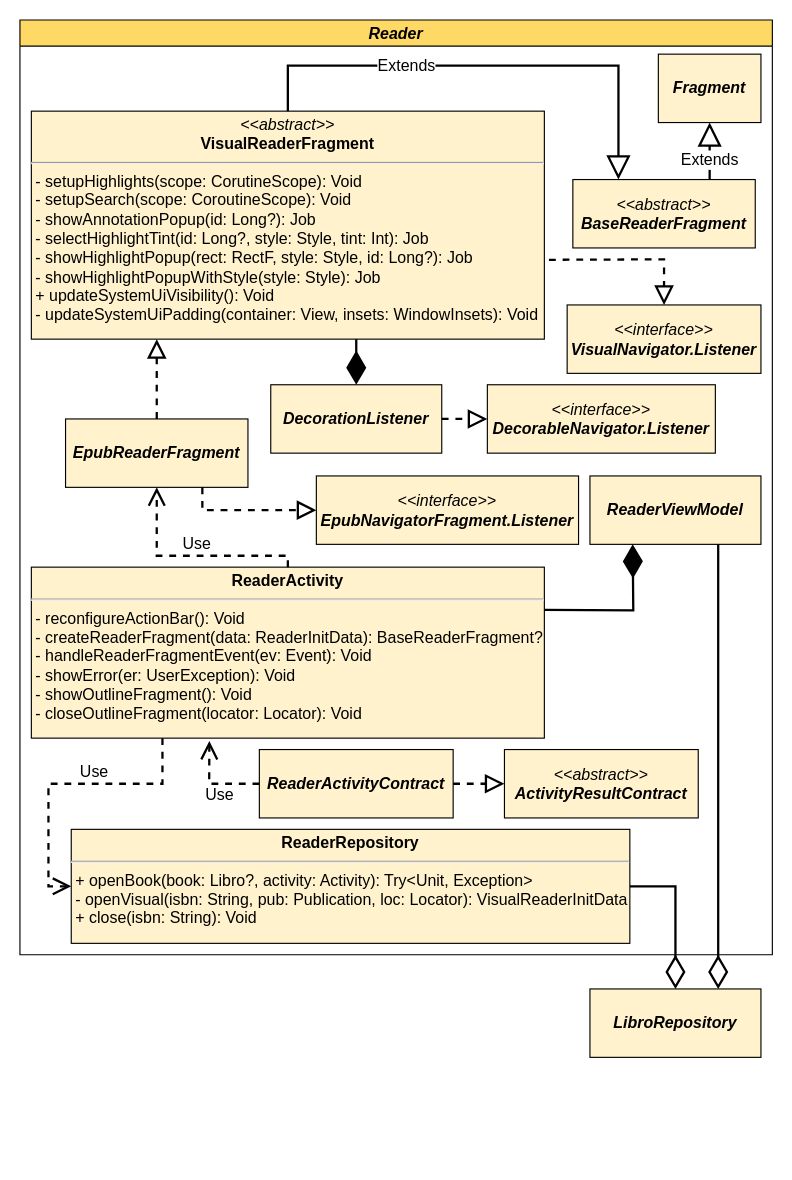
The draw.io diagram page "Page-16" (16 of 18) of tesi-2.drawio in paganellif/tesi-paganelli, before the edit. Source tidied: cells renumbered, new cells numbered last; positions are measured from the earlier drawing's top-left corner, leaving out a move shared by most shapes. Both pictures are drawn from the tidied source at 114%, with x=0, y=0 at pixel (19, 19).
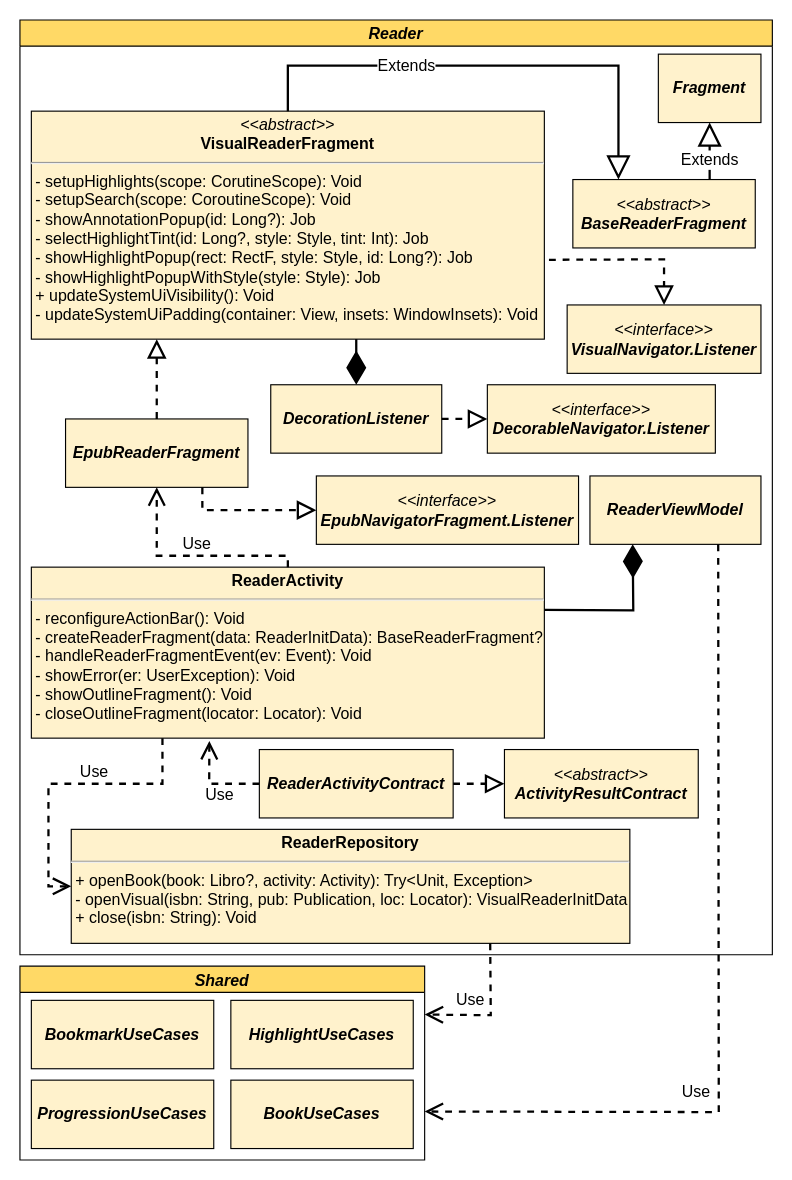
Above is the later version.

The change refers to these unchanged cells:
```xml
<mxCell id="17" value="&lt;span style=&quot;font-size: 14px;&quot;&gt;&lt;span style=&quot;font-size: 14px;&quot;&gt;&lt;b style=&quot;font-style: italic;&quot;&gt;ReaderViewModel&lt;/b&gt;&lt;/span&gt;&lt;/span&gt;" style="rounded=0;whiteSpace=wrap;html=1;fontSize=14;strokeColor=#000000;fillColor=#FFF2CC;" parent="1" vertex="1">
  <mxGeometry x="500" y="400" width="150" height="60" as="geometry" />
</mxCell>
<mxCell id="30" value="&lt;p style=&quot;margin: 4px 0px 0px; text-align: center; font-size: 14px;&quot;&gt;&lt;b style=&quot;font-size: 14px;&quot;&gt;ReaderRepository&lt;/b&gt;&lt;/p&gt;&lt;hr style=&quot;font-size: 14px;&quot;&gt;&lt;p style=&quot;margin: 0px 0px 0px 4px; font-size: 14px;&quot;&gt;+ openBook(book: Libro?, activity: Activity): Try&amp;lt;Unit, Exception&amp;gt;&lt;/p&gt;&lt;p style=&quot;margin: 0px 0px 0px 4px; font-size: 14px;&quot;&gt;- openVisual(isbn: String, pub: Publication, loc: Locator): VisualReaderInitData&lt;/p&gt;&lt;p style=&quot;margin: 0px 0px 0px 4px; font-size: 14px;&quot;&gt;+ close(isbn: String): Void&lt;/p&gt;&lt;p style=&quot;margin: 0px 0px 0px 4px; font-size: 14px;&quot;&gt;&lt;br&gt;&lt;/p&gt;" style="verticalAlign=top;align=left;overflow=fill;fontSize=14;fontFamily=Helvetica;html=1;fillColor=#FFF2CC;strokeWidth=1;" parent="26" vertex="1">
  <mxGeometry x="45" y="710" width="490" height="100" as="geometry" />
</mxCell>
```

The edit, as a diff of the source:
```diff
@@
-    <mxCell id="19" value="&lt;span style=&quot;font-size: 14px;&quot;&gt;&lt;span style=&quot;font-size: 14px;&quot;&gt;&lt;b style=&quot;font-style: italic;&quot;&gt;LibroRepository&lt;/b&gt;&lt;/span&gt;&lt;/span&gt;" style="rounded=0;whiteSpace=wrap;html=1;fontSize=14;strokeColor=#000000;fillColor=#FFF2CC;" parent="1" vertex="1">
-      <mxGeometry x="500" y="850" width="150" height="60" as="geometry" />
-    </mxCell>
-    <mxCell id="20" style="endArrow=diamondThin;endFill=0;endSize=24;html=1;rounded=0;strokeWidth=2;fontSize=14;exitX=0.75;exitY=1;exitDx=0;exitDy=0;entryX=0.75;entryY=0;entryDx=0;entryDy=0;" parent="1" edge="1" source="17" target="19">
-      <mxGeometry relative="1" as="geometry" />
-    </mxCell>
-    <mxCell id="21" style="endArrow=diamondThin;endFill=0;endSize=24;html=1;rounded=0;strokeWidth=2;fontSize=14;entryX=0.5;entryY=0;entryDx=0;entryDy=0;exitX=1;exitY=0.5;exitDx=0;exitDy=0;" parent="1" edge="1" source="30" target="19">
-      <mxGeometry relative="1" as="geometry">
-        <Array as="points">
-          <mxPoint x="575" y="760" />
-        </Array>
-      </mxGeometry>
-    </mxCell>
@@
+    <mxCell id="31" value="Shared" style="swimlane;fillColor=#FFD966;fontSize=14;fontStyle=3;" parent="1" vertex="1">
+      <mxGeometry y="830" width="355" height="170" as="geometry" />
+    </mxCell>
+    <mxCell id="32" value="&lt;span style=&quot;font-size: 14px;&quot;&gt;&lt;span style=&quot;font-size: 14px;&quot;&gt;&lt;b style=&quot;font-style: italic;&quot;&gt;BookmarkUseCases&lt;/b&gt;&lt;/span&gt;&lt;/span&gt;" style="rounded=0;whiteSpace=wrap;html=1;fontSize=14;strokeColor=#000000;fillColor=#FFF2CC;" parent="31" vertex="1">
+      <mxGeometry x="10" y="30" width="160" height="60" as="geometry" />
+    </mxCell>
+    <mxCell id="33" value="&lt;span style=&quot;font-size: 14px;&quot;&gt;&lt;span style=&quot;font-size: 14px;&quot;&gt;&lt;b style=&quot;font-style: italic;&quot;&gt;HighlightUseCases&lt;/b&gt;&lt;/span&gt;&lt;/span&gt;" style="rounded=0;whiteSpace=wrap;html=1;fontSize=14;strokeColor=#000000;fillColor=#FFF2CC;" parent="31" vertex="1">
+      <mxGeometry x="185" y="30" width="160" height="60" as="geometry" />
+    </mxCell>
+    <mxCell id="34" value="&lt;span style=&quot;font-size: 14px;&quot;&gt;&lt;span style=&quot;font-size: 14px;&quot;&gt;&lt;b style=&quot;font-style: italic;&quot;&gt;ProgressionUseCases&lt;/b&gt;&lt;/span&gt;&lt;/span&gt;" style="rounded=0;whiteSpace=wrap;html=1;fontSize=14;strokeColor=#000000;fillColor=#FFF2CC;" parent="31" vertex="1">
+      <mxGeometry x="10" y="100" width="160" height="60" as="geometry" />
+    </mxCell>
+    <mxCell id="35" value="&lt;span style=&quot;font-size: 14px;&quot;&gt;&lt;span style=&quot;font-size: 14px;&quot;&gt;&lt;b style=&quot;font-style: italic;&quot;&gt;BookUseCases&lt;/b&gt;&lt;/span&gt;&lt;/span&gt;" style="rounded=0;whiteSpace=wrap;html=1;fontSize=14;strokeColor=#000000;fillColor=#FFF2CC;" parent="31" vertex="1">
+      <mxGeometry x="185" y="100" width="160" height="60" as="geometry" />
+    </mxCell>
+    <mxCell id="36" value="Use" style="endArrow=open;endSize=12;dashed=1;html=1;rounded=0;fontSize=14;strokeWidth=2;entryX=1;entryY=0.25;entryDx=0;entryDy=0;exitX=0.75;exitY=1;exitDx=0;exitDy=0;" parent="1" edge="1" source="30" target="31">
+      <mxGeometry x="0.34" y="-13" relative="1" as="geometry">
+        <Array as="points">
+          <mxPoint x="413" y="873" />
+        </Array>
+      </mxGeometry>
+    </mxCell>
+    <mxCell id="37" value="Use" style="endArrow=open;endSize=12;dashed=1;html=1;rounded=0;fontSize=14;strokeWidth=2;entryX=1;entryY=0.75;entryDx=0;entryDy=0;exitX=0.75;exitY=1;exitDx=0;exitDy=0;" parent="1" edge="1" source="17" target="31">
+      <mxGeometry x="0.37" y="-18" relative="1" as="geometry">
+        <Array as="points">
+          <mxPoint x="613" y="958" />
+        </Array>
+      </mxGeometry>
+    </mxCell>
```
